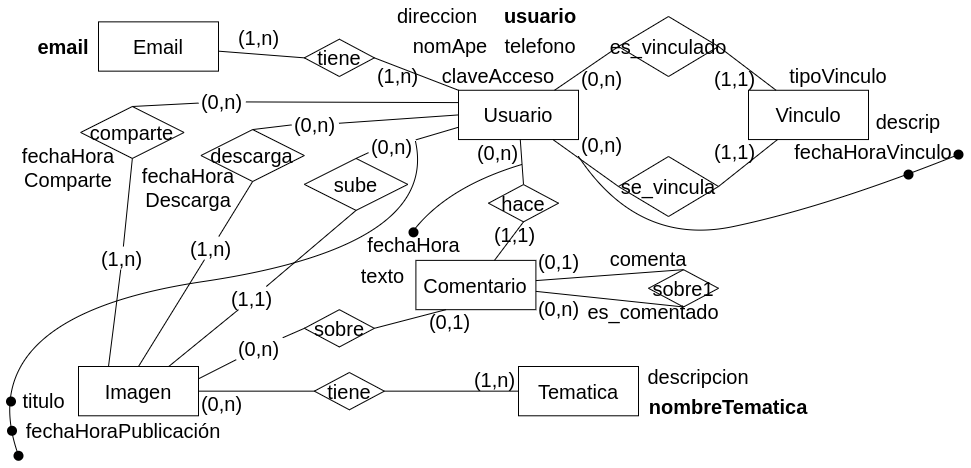
c97Ernesto/DisenioBasesDatos keeps this draw.io diagram as Practica/Practica2/Parte1/drawios-png/ejercicio02P2_Logico.drawio.png. Above is the earlier version. Source tidied: cells renumbered, new cells last; positions are measured from the earlier drawing's top-left corner, leaving out a move shared by most shapes.
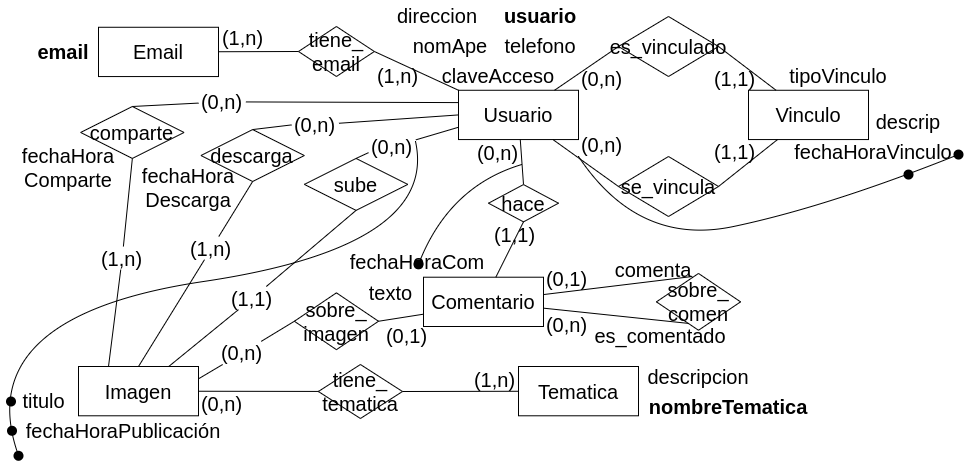
The same file after the commit.

Change to the diagram source:
```diff
@@ -86,8 +86,8 @@
     <mxCell id="27" value="descripcion" style="text;html=1;strokeColor=none;fillColor=none;align=center;verticalAlign=middle;whiteSpace=wrap;rounded=0;fontSize=20;rotation=0;" parent="1" vertex="1">
       <mxGeometry x="670" y="361" width="120" height="30" as="geometry" />
     </mxCell>
-    <mxCell id="28" value="sobre" style="shape=rhombus;perimeter=rhombusPerimeter;whiteSpace=wrap;html=1;align=center;fontSize=20;" parent="1" vertex="1">
-      <mxGeometry x="335.9" y="309.2" width="70" height="37.3" as="geometry" />
+    <mxCell id="28" value="sobre_&lt;br&gt;imagen" style="shape=rhombus;perimeter=rhombusPerimeter;whiteSpace=wrap;html=1;align=center;fontSize=20;" parent="1" vertex="1">
+      <mxGeometry x="325.9" y="292.3" width="84.1" height="56.8" as="geometry" />
     </mxCell>
     <mxCell id="29" value="comparte" style="shape=rhombus;perimeter=rhombusPerimeter;whiteSpace=wrap;html=1;align=center;fontSize=20;" parent="1" vertex="1">
       <mxGeometry x="112.1" y="106" width="103.4" height="51.9" as="geometry" />
@@ -174,7 +174,7 @@
       <mxGeometry x="40" y="445.3" width="20" height="20" as="geometry" />
     </mxCell>
     <mxCell id="57" value="&lt;font style=&quot;font-size: 20px;&quot;&gt;Comentario&lt;/font&gt;" style="whiteSpace=wrap;html=1;align=center;fontSize=20;" parent="1" vertex="1">
-      <mxGeometry x="447.4" y="259.9" width="120" height="49.3" as="geometry" />
+      <mxGeometry x="455" y="276.7" width="120" height="49.3" as="geometry" />
     </mxCell>
     <mxCell id="58" style="endArrow=none;html=1;rounded=0;fontSize=20;entryX=0.5;entryY=0;entryDx=0;entryDy=0;" parent="1" edge="1" source="3" target="61">
       <mxGeometry relative="1" as="geometry" />
@@ -191,35 +191,36 @@
     <mxCell id="62" value="(1,1)" style="text;html=1;strokeColor=none;fillColor=none;align=center;verticalAlign=middle;whiteSpace=wrap;rounded=0;fontSize=20;rotation=0;" parent="1" vertex="1">
       <mxGeometry x="523.1" y="222.8" width="47.4" height="23.2" as="geometry" />
     </mxCell>
-    <mxCell id="63" style="endArrow=none;html=1;rounded=0;fontSize=20;exitX=1;exitY=0.5;exitDx=0;exitDy=0;entryX=0.25;entryY=1;entryDx=0;entryDy=0;" parent="1" edge="1" source="28" target="57">
+    <mxCell id="63" style="endArrow=none;html=1;rounded=0;fontSize=20;exitX=1;exitY=0.5;exitDx=0;exitDy=0;entryX=0;entryY=0.75;entryDx=0;entryDy=0;" parent="1" edge="1" source="28" target="57">
       <mxGeometry relative="1" as="geometry" />
     </mxCell>
     <mxCell id="64" style="endArrow=none;html=1;rounded=0;fontSize=20;entryX=0;entryY=0.5;entryDx=0;entryDy=0;" parent="1" edge="1" source="75" target="28">
       <mxGeometry relative="1" as="geometry" />
     </mxCell>
     <mxCell id="65" value="(0,1)" style="text;html=1;strokeColor=none;fillColor=none;align=center;verticalAlign=middle;whiteSpace=wrap;rounded=0;fontSize=20;rotation=0;" parent="1" vertex="1">
-      <mxGeometry x="458.3" y="309.2" width="47.4" height="23.2" as="geometry" />
+      <mxGeometry x="414.6" y="323.3" width="47.4" height="23.2" as="geometry" />
     </mxCell>
-    <mxCell id="66" value="sobre1" style="shape=rhombus;perimeter=rhombusPerimeter;whiteSpace=wrap;html=1;align=center;fontSize=20;" parent="1" vertex="1">
-      <mxGeometry x="680" y="269.2" width="70" height="37.3" as="geometry" />
-    </mxCell>
-    <mxCell id="67" style="endArrow=none;html=1;rounded=0;fontSize=20;exitX=0.5;exitY=1;exitDx=0;exitDy=0;" parent="1" edge="1" source="66" target="57">
-      <mxGeometry relative="1" as="geometry" />
+    <mxCell id="67" style="endArrow=none;html=1;rounded=0;fontSize=20;exitX=0.5;exitY=1;exitDx=0;exitDy=0;" parent="1" edge="1" target="57">
+      <mxGeometry relative="1" as="geometry">
+        <mxPoint x="723.8" y="323.3" as="sourcePoint" />
+      </mxGeometry>
     </mxCell>
-    <mxCell id="68" style="endArrow=none;html=1;rounded=0;fontSize=20;exitX=0.5;exitY=0;exitDx=0;exitDy=0;" parent="1" edge="1" source="66" target="57">
-      <mxGeometry relative="1" as="geometry" />
+    <mxCell id="68" style="endArrow=none;html=1;rounded=0;fontSize=20;exitX=0.5;exitY=0;exitDx=0;exitDy=0;" parent="1" edge="1" target="57">
+      <mxGeometry relative="1" as="geometry">
+        <mxPoint x="723.8" y="276" as="sourcePoint" />
+      </mxGeometry>
     </mxCell>
     <mxCell id="69" value="es_comentado" style="text;html=1;strokeColor=none;fillColor=none;align=center;verticalAlign=middle;whiteSpace=wrap;rounded=0;fontSize=20;rotation=0;" parent="1" vertex="1">
-      <mxGeometry x="614.8" y="296" width="140" height="30" as="geometry" />
+      <mxGeometry x="622.4" y="319.9" width="140" height="30" as="geometry" />
     </mxCell>
     <mxCell id="70" value="comenta" style="text;html=1;strokeColor=none;fillColor=none;align=center;verticalAlign=middle;whiteSpace=wrap;rounded=0;fontSize=20;rotation=0;" parent="1" vertex="1">
-      <mxGeometry x="635" y="242.6" width="90" height="30" as="geometry" />
+      <mxGeometry x="640" y="253.8" width="90" height="30" as="geometry" />
     </mxCell>
     <mxCell id="71" value="(0,1)" style="text;html=1;strokeColor=none;fillColor=none;align=center;verticalAlign=middle;whiteSpace=wrap;rounded=0;fontSize=20;rotation=0;" parent="1" vertex="1">
-      <mxGeometry x="567.4" y="249.4" width="47.4" height="23.2" as="geometry" />
+      <mxGeometry x="575" y="266.2" width="47.4" height="23.2" as="geometry" />
     </mxCell>
     <mxCell id="72" value="(0,n)" style="text;html=1;strokeColor=none;fillColor=none;align=center;verticalAlign=middle;whiteSpace=wrap;rounded=0;fontSize=20;rotation=0;" parent="1" vertex="1">
-      <mxGeometry x="567.4" y="296" width="47.4" height="23.2" as="geometry" />
+      <mxGeometry x="575" y="312.8" width="47.4" height="23.2" as="geometry" />
     </mxCell>
     <mxCell id="73" style="curved=1;endArrow=none;html=1;rounded=0;exitX=1;exitY=0.25;exitDx=0;exitDy=0;endFill=0;" parent="1" edge="1">
       <mxGeometry relative="1" as="geometry">
@@ -235,10 +236,10 @@
       <mxGeometry relative="1" as="geometry" />
     </mxCell>
     <mxCell id="75" value="(0,n)" style="text;html=1;strokeColor=none;fillColor=none;align=center;verticalAlign=middle;whiteSpace=wrap;rounded=0;fontSize=20;rotation=0;" parent="1" vertex="1">
-      <mxGeometry x="266.9" y="336" width="47.4" height="23.2" as="geometry" />
+      <mxGeometry x="250" y="340.8" width="47.4" height="23.2" as="geometry" />
     </mxCell>
-    <mxCell id="76" value="tiene" style="shape=rhombus;perimeter=rhombusPerimeter;whiteSpace=wrap;html=1;align=center;fontSize=20;" parent="1" vertex="1">
-      <mxGeometry x="345.9" y="372" width="70" height="37.3" as="geometry" />
+    <mxCell id="76" value="tiene_&lt;br&gt;tematica" style="shape=rhombus;perimeter=rhombusPerimeter;whiteSpace=wrap;html=1;align=center;fontSize=20;" parent="1" vertex="1">
+      <mxGeometry x="349.9" y="364" width="84.1" height="54" as="geometry" />
     </mxCell>
     <mxCell id="77" style="endArrow=none;html=1;rounded=0;fontSize=20;" parent="1" edge="1" source="76" target="24">
       <mxGeometry relative="1" as="geometry" />
@@ -253,12 +254,12 @@
       <mxGeometry x="230" y="391" width="47.4" height="23.2" as="geometry" />
     </mxCell>
     <mxCell id="81" value="texto" style="text;html=1;strokeColor=none;fillColor=none;align=center;verticalAlign=middle;whiteSpace=wrap;rounded=0;fontSize=20;rotation=0;" parent="1" vertex="1">
-      <mxGeometry x="382.4" y="259.9" width="65" height="30" as="geometry" />
+      <mxGeometry x="390" y="276.7" width="65" height="30" as="geometry" />
     </mxCell>
-    <mxCell id="82" value="fechaHora" style="text;html=1;strokeColor=none;fillColor=none;align=center;verticalAlign=middle;whiteSpace=wrap;rounded=0;fontSize=20;rotation=0;" parent="1" vertex="1">
-      <mxGeometry x="397" y="229.2" width="97.4" height="30" as="geometry" />
+    <mxCell id="82" value="fechaHoraCom" style="text;html=1;strokeColor=none;fillColor=none;align=center;verticalAlign=middle;whiteSpace=wrap;rounded=0;fontSize=20;rotation=0;" parent="1" vertex="1">
+      <mxGeometry x="380" y="246" width="137.6" height="30" as="geometry" />
     </mxCell>
-    <mxCell id="83" style="curved=1;endArrow=none;html=1;rounded=0;exitX=1;exitY=1;exitDx=0;exitDy=0;entryX=0.5;entryY=0;entryDx=0;entryDy=0;endFill=0;" parent="1" edge="1" source="60" target="82">
+    <mxCell id="83" style="curved=1;endArrow=none;html=1;rounded=0;exitX=1;exitY=1;exitDx=0;exitDy=0;entryX=0.6;entryY=0.259;entryDx=0;entryDy=0;endFill=0;entryPerimeter=0;" parent="1" edge="1" source="60" target="84">
       <mxGeometry relative="1" as="geometry">
         <Array as="points">
           <mxPoint x="480" y="186" />
@@ -266,25 +267,25 @@
       </mxGeometry>
     </mxCell>
     <mxCell id="84" style="shape=waypoint;sketch=0;size=6;points=[];fillColor=none;perimeter=centerPerimeter;snapToPoint=1;strokeWidth=3;" parent="1" vertex="1">
-      <mxGeometry x="435" y="221.8" width="20" height="20" as="geometry" />
+      <mxGeometry x="440" y="253.8" width="20" height="20" as="geometry" />
     </mxCell>
     <mxCell id="85" value="direccion" style="text;html=1;strokeColor=none;fillColor=none;align=center;verticalAlign=middle;whiteSpace=wrap;rounded=0;fontSize=20;rotation=0;fontStyle=0;" parent="1" vertex="1">
       <mxGeometry x="415.3" y="-0.2" width="107.8" height="30" as="geometry" />
     </mxCell>
     <mxCell id="86" value="&lt;font style=&quot;font-size: 20px;&quot;&gt;Email&lt;/font&gt;" style="whiteSpace=wrap;html=1;align=center;fontSize=20;" parent="1" vertex="1">
-      <mxGeometry x="130" y="21.4" width="120" height="49.3" as="geometry" />
+      <mxGeometry x="130" y="26.8" width="120" height="49.3" as="geometry" />
     </mxCell>
-    <mxCell id="87" value="tiene" style="shape=rhombus;perimeter=rhombusPerimeter;whiteSpace=wrap;html=1;align=center;fontSize=20;" parent="1" vertex="1">
-      <mxGeometry x="335.9" y="38.7" width="70" height="37.3" as="geometry" />
+    <mxCell id="87" value="tiene_&lt;br&gt;email" style="shape=rhombus;perimeter=rhombusPerimeter;whiteSpace=wrap;html=1;align=center;fontSize=20;" parent="1" vertex="1">
+      <mxGeometry x="330" y="26" width="75.9" height="50" as="geometry" />
     </mxCell>
     <mxCell id="88" style="endArrow=none;html=1;rounded=0;fontSize=20;exitX=0;exitY=0.5;exitDx=0;exitDy=0;" parent="1" edge="1" source="87" target="86">
       <mxGeometry relative="1" as="geometry" />
     </mxCell>
     <mxCell id="89" value="email" style="text;html=1;strokeColor=none;fillColor=none;align=center;verticalAlign=middle;whiteSpace=wrap;rounded=0;fontSize=20;rotation=0;fontStyle=1;" parent="1" vertex="1">
-      <mxGeometry x="60" y="31" width="70" height="30" as="geometry" />
+      <mxGeometry x="60" y="36.4" width="70" height="30" as="geometry" />
     </mxCell>
     <mxCell id="90" value="(1,n)" style="text;html=1;strokeColor=none;fillColor=none;align=center;verticalAlign=middle;whiteSpace=wrap;rounded=0;fontSize=20;rotation=0;" parent="1" vertex="1">
-      <mxGeometry x="266.9" y="25.9" width="47.4" height="23.2" as="geometry" />
+      <mxGeometry x="250.9" y="25.9" width="47.4" height="23.2" as="geometry" />
     </mxCell>
     <mxCell id="91" style="endArrow=none;html=1;rounded=0;fontSize=20;exitX=0;exitY=0;exitDx=0;exitDy=0;entryX=1;entryY=0.5;entryDx=0;entryDy=0;" parent="1" edge="1" source="3" target="87">
       <mxGeometry relative="1" as="geometry" />
@@ -292,5 +293,8 @@
     <mxCell id="92" value="(1,n)" style="text;html=1;strokeColor=none;fillColor=none;align=center;verticalAlign=middle;whiteSpace=wrap;rounded=0;fontSize=20;rotation=0;" parent="1" vertex="1">
       <mxGeometry x="405.9" y="63.2" width="47.4" height="23.2" as="geometry" />
     </mxCell>
+    <mxCell id="93" value="sobre_&lt;br&gt;comen" style="shape=rhombus;perimeter=rhombusPerimeter;whiteSpace=wrap;html=1;align=center;fontSize=20;" parent="1" vertex="1">
+      <mxGeometry x="687.9" y="272.9" width="84.1" height="56.8" as="geometry" />
+    </mxCell>
   </root>
 </mxGraphModel>
```
